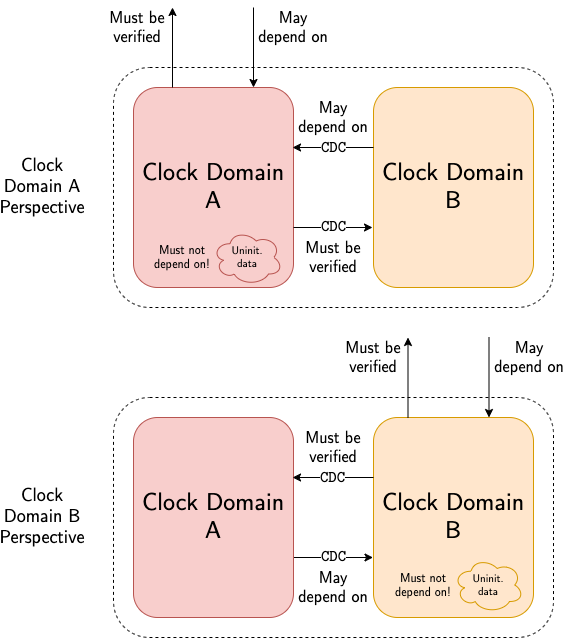
Above: assets/img/blog/2021-02-17-kronos/modular-od.png in nmoroze/nmoroze.github.io (draw.io), before the change. Source tidied: cells renumbered, new cells last; positions are measured from the earlier drawing's top-left corner, leaving out a move shared by most shapes.
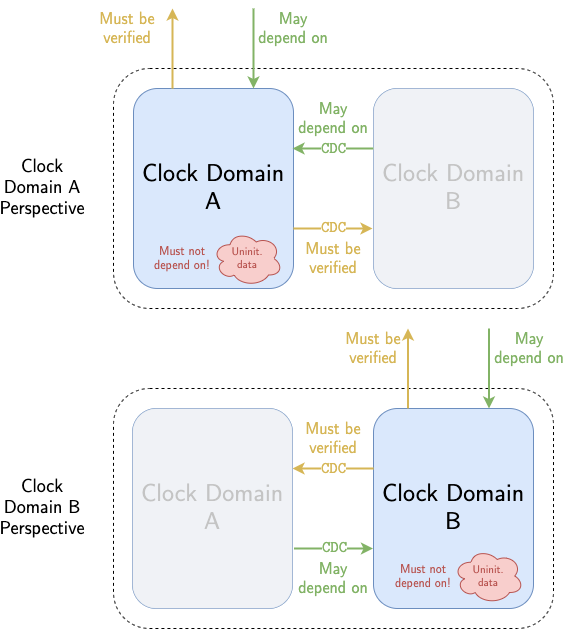
After the change.

What changed in the source:
```diff
@@ -3,118 +3,124 @@
     <mxCell id="0" />
     <mxCell id="1" parent="0" />
     <mxCell id="2" style="rounded=1;whiteSpace=wrap;html=1;strokeWidth=1;fontFamily=CMU Sans Serif;fontSize=24;fillColor=none;dashed=1;" parent="1" vertex="1">
-      <mxGeometry x="111" y="390" width="440" height="240" as="geometry" />
+      <mxGeometry x="111" y="430" width="440" height="240" as="geometry" />
     </mxCell>
     <mxCell id="3" style="rounded=1;whiteSpace=wrap;html=1;strokeWidth=1;fontFamily=CMU Sans Serif;fontSize=24;fillColor=none;dashed=1;" parent="1" vertex="1">
-      <mxGeometry x="111" y="60" width="440" height="240" as="geometry" />
+      <mxGeometry x="111" y="110" width="440" height="240" as="geometry" />
     </mxCell>
-    <mxCell id="4" value="Clock Domain B" style="rounded=1;whiteSpace=wrap;html=1;fontFamily=CMU Sans Serif;fontSize=24;fillColor=#ffe6cc;strokeColor=#d79b00;" parent="1" vertex="1">
-      <mxGeometry x="371" y="80" width="160" height="200" as="geometry" />
+    <mxCell id="4" value="Clock Domain B" style="rounded=1;whiteSpace=wrap;html=1;fontFamily=CMU Sans Serif;fontSize=24;fillColor=#dae8fc;strokeColor=#6c8ebf;" parent="1" vertex="1">
+      <mxGeometry x="371" y="130" width="160" height="200" as="geometry" />
     </mxCell>
-    <mxCell id="5" value="Clock Domain A" style="rounded=1;whiteSpace=wrap;html=1;fontFamily=CMU Sans Serif;fontSize=24;fillColor=#f8cecc;strokeColor=#b85450;" parent="1" vertex="1">
-      <mxGeometry x="131" y="80" width="160" height="200" as="geometry" />
+    <mxCell id="5" value="Clock Domain A" style="rounded=1;whiteSpace=wrap;html=1;fontFamily=CMU Sans Serif;fontSize=24;fillColor=#dae8fc;strokeColor=#6c8ebf;" parent="1" vertex="1">
+      <mxGeometry x="131" y="130" width="160" height="200" as="geometry" />
     </mxCell>
-    <mxCell id="6" style="endArrow=classic;html=1;fontFamily=CMU Sans Serif;fontSize=24;entryX=0.994;entryY=0.2;entryDx=0;entryDy=0;entryPerimeter=0;" parent="1" edge="1">
+    <mxCell id="6" style="endArrow=classic;html=1;fontFamily=CMU Sans Serif;fontSize=24;entryX=0.994;entryY=0.2;entryDx=0;entryDy=0;entryPerimeter=0;strokeWidth=2;strokeColor=#82B366;" parent="1" edge="1">
       <mxGeometry relative="1" as="geometry">
-        <mxPoint x="371" y="140" as="sourcePoint" />
-        <mxPoint x="290" y="140" as="targetPoint" />
+        <mxPoint x="371" y="190" as="sourcePoint" />
+        <mxPoint x="290" y="190" as="targetPoint" />
       </mxGeometry>
     </mxCell>
-    <mxCell id="7" value="CDC" style="edgeLabel;html=1;align=center;verticalAlign=middle;fontSize=16;fontFamily=CMU Typewriter Text;" parent="6" vertex="1">
+    <mxCell id="7" value="CDC" style="edgeLabel;html=1;align=center;verticalAlign=middle;fontSize=16;fontFamily=CMU Typewriter Text;fontColor=#82B366;" parent="6" vertex="1">
       <mxGeometry x="0.02" relative="1" as="geometry" />
     </mxCell>
-    <mxCell id="8" value="CDC" style="endArrow=classic;html=1;fontFamily=CMU Typewriter Text;fontSize=16;" parent="1" edge="1">
+    <mxCell id="8" value="&lt;font color=&quot;#d6b656&quot;&gt;CDC&lt;/font&gt;" style="endArrow=classic;html=1;fontFamily=CMU Typewriter Text;fontSize=16;strokeWidth=2;strokeColor=#D6B656;" parent="1" edge="1">
       <mxGeometry relative="1" as="geometry">
-        <mxPoint x="291" y="220" as="sourcePoint" />
-        <mxPoint x="370" y="220" as="targetPoint" />
+        <mxPoint x="291" y="270" as="sourcePoint" />
+        <mxPoint x="370" y="270" as="targetPoint" />
       </mxGeometry>
     </mxCell>
-    <mxCell id="9" style="endArrow=classic;html=1;fontFamily=CMU Sans Serif;fontSize=24;" parent="1" edge="1">
+    <mxCell id="9" style="endArrow=classic;html=1;fontFamily=CMU Sans Serif;fontSize=24;strokeColor=#D6B656;strokeWidth=2;" parent="1" edge="1">
       <mxGeometry relative="1" as="geometry">
-        <mxPoint x="170" y="80" as="sourcePoint" />
-        <mxPoint x="170" as="targetPoint" />
+        <mxPoint x="170" y="130" as="sourcePoint" />
+        <mxPoint x="170" y="50" as="targetPoint" />
       </mxGeometry>
     </mxCell>
-    <mxCell id="10" style="endArrow=classic;html=1;fontFamily=CMU Sans Serif;fontSize=24;" parent="1" edge="1">
+    <mxCell id="10" style="endArrow=classic;html=1;fontFamily=CMU Sans Serif;fontSize=24;strokeWidth=2;strokeColor=#82B366;" parent="1" edge="1">
       <mxGeometry relative="1" as="geometry">
-        <mxPoint x="251" as="sourcePoint" />
-        <mxPoint x="251" y="80" as="targetPoint" />
+        <mxPoint x="251" y="50" as="sourcePoint" />
+        <mxPoint x="251" y="130" as="targetPoint" />
       </mxGeometry>
     </mxCell>
-    <mxCell id="11" value="Must be verified" style="text;html=1;strokeColor=none;fillColor=none;align=center;verticalAlign=middle;whiteSpace=wrap;rounded=0;fontFamily=CMU Sans Serif;fontSize=16;" parent="1" vertex="1">
-      <mxGeometry x="100" y="10" width="70" height="20" as="geometry" />
+    <mxCell id="11" value="Must be verified" style="text;html=1;align=center;verticalAlign=middle;whiteSpace=wrap;rounded=0;fontFamily=CMU Sans Serif;fontSize=16;fontColor=#D6B656;" parent="1" vertex="1">
+      <mxGeometry x="90" y="60" width="70" height="20" as="geometry" />
     </mxCell>
-    <mxCell id="12" value="May depend on" style="text;html=1;strokeColor=none;fillColor=none;align=center;verticalAlign=middle;whiteSpace=wrap;rounded=0;fontFamily=CMU Sans Serif;fontSize=16;" parent="1" vertex="1">
-      <mxGeometry x="251" y="10" width="80" height="20" as="geometry" />
+    <mxCell id="12" value="May depend on" style="text;html=1;strokeColor=none;fillColor=none;align=center;verticalAlign=middle;whiteSpace=wrap;rounded=0;fontFamily=CMU Sans Serif;fontSize=16;fontColor=#82B366;" parent="1" vertex="1">
+      <mxGeometry x="251" y="60" width="80" height="20" as="geometry" />
     </mxCell>
-    <mxCell id="13" value="Must be verified" style="text;html=1;strokeColor=none;fillColor=none;align=center;verticalAlign=middle;whiteSpace=wrap;rounded=0;fontFamily=CMU Sans Serif;fontSize=16;" parent="1" vertex="1">
-      <mxGeometry x="296" y="240" width="70" height="20" as="geometry" />
+    <mxCell id="13" value="Must be verified" style="text;html=1;align=center;verticalAlign=middle;whiteSpace=wrap;rounded=0;fontFamily=CMU Sans Serif;fontSize=16;fontColor=#D6B656;" parent="1" vertex="1">
+      <mxGeometry x="296" y="290" width="70" height="20" as="geometry" />
     </mxCell>
-    <mxCell id="14" value="May depend on" style="text;html=1;strokeColor=none;fillColor=none;align=center;verticalAlign=middle;whiteSpace=wrap;rounded=0;fontFamily=CMU Sans Serif;fontSize=16;" parent="1" vertex="1">
-      <mxGeometry x="291" y="100" width="80" height="20" as="geometry" />
+    <mxCell id="14" value="May depend on" style="text;html=1;strokeColor=none;fillColor=none;align=center;verticalAlign=middle;whiteSpace=wrap;rounded=0;fontFamily=CMU Sans Serif;fontSize=16;fontColor=#82B366;" parent="1" vertex="1">
+      <mxGeometry x="291" y="150" width="80" height="20" as="geometry" />
     </mxCell>
-    <mxCell id="15" value="Clock Domain B" style="rounded=1;whiteSpace=wrap;html=1;fontFamily=CMU Sans Serif;fontSize=24;fillColor=#ffe6cc;strokeColor=#d79b00;" parent="1" vertex="1">
-      <mxGeometry x="371" y="410" width="160" height="200" as="geometry" />
+    <mxCell id="15" value="Clock Domain B" style="rounded=1;whiteSpace=wrap;html=1;fontFamily=CMU Sans Serif;fontSize=24;fillColor=#dae8fc;strokeColor=#6c8ebf;" parent="1" vertex="1">
+      <mxGeometry x="371" y="450" width="160" height="200" as="geometry" />
     </mxCell>
-    <mxCell id="16" value="Clock Domain A" style="rounded=1;whiteSpace=wrap;html=1;fontFamily=CMU Sans Serif;fontSize=24;fillColor=#f8cecc;strokeColor=#b85450;" parent="1" vertex="1">
-      <mxGeometry x="131" y="410" width="160" height="200" as="geometry" />
+    <mxCell id="16" value="Clock Domain A" style="rounded=1;whiteSpace=wrap;html=1;fontFamily=CMU Sans Serif;fontSize=24;fillColor=#dae8fc;strokeColor=#6c8ebf;" parent="1" vertex="1">
+      <mxGeometry x="130" y="450" width="160" height="200" as="geometry" />
     </mxCell>
-    <mxCell id="17" style="endArrow=classic;html=1;fontFamily=CMU Typewriter Text;fontSize=24;entryX=0.994;entryY=0.2;entryDx=0;entryDy=0;entryPerimeter=0;" parent="1" edge="1">
+    <mxCell id="17" style="endArrow=classic;html=1;fontFamily=CMU Typewriter Text;fontSize=24;entryX=0.994;entryY=0.2;entryDx=0;entryDy=0;entryPerimeter=0;strokeColor=#D6B656;strokeWidth=2;" parent="1" edge="1">
       <mxGeometry relative="1" as="geometry">
-        <mxPoint x="371" y="470" as="sourcePoint" />
-        <mxPoint x="290" y="470" as="targetPoint" />
+        <mxPoint x="371" y="510" as="sourcePoint" />
+        <mxPoint x="290" y="510" as="targetPoint" />
       </mxGeometry>
     </mxCell>
-    <mxCell id="18" value="CDC" style="edgeLabel;html=1;align=center;verticalAlign=middle;fontSize=16;fontFamily=CMU Typewriter Text;" parent="17" vertex="1">
+    <mxCell id="18" value="CDC" style="edgeLabel;html=1;align=center;verticalAlign=middle;fontSize=16;fontFamily=CMU Typewriter Text;fontColor=#D6B656;" parent="17" vertex="1">
       <mxGeometry x="0.01" relative="1" as="geometry" />
     </mxCell>
-    <mxCell id="19" value="CDC" style="endArrow=classic;html=1;fontFamily=CMU Typewriter Text;fontSize=16;" parent="1" edge="1">
+    <mxCell id="19" value="&lt;font color=&quot;#82b366&quot;&gt;CDC&lt;/font&gt;" style="endArrow=classic;html=1;fontFamily=CMU Typewriter Text;fontSize=16;strokeWidth=2;strokeColor=#82B366;" parent="1" edge="1">
       <mxGeometry relative="1" as="geometry">
-        <mxPoint x="291.5" y="550" as="sourcePoint" />
-        <mxPoint x="370.5" y="550" as="targetPoint" />
+        <mxPoint x="291.5" y="590" as="sourcePoint" />
+        <mxPoint x="370.5" y="590" as="targetPoint" />
       </mxGeometry>
     </mxCell>
-    <mxCell id="20" style="endArrow=classic;html=1;fontFamily=CMU Sans Serif;fontSize=24;" parent="1" edge="1">
+    <mxCell id="20" style="endArrow=classic;html=1;fontFamily=CMU Sans Serif;fontSize=24;strokeColor=#D6B656;strokeWidth=2;" parent="1" edge="1">
       <mxGeometry relative="1" as="geometry">
-        <mxPoint x="405.5" y="410" as="sourcePoint" />
-        <mxPoint x="405.5" y="330" as="targetPoint" />
+        <mxPoint x="405.5" y="450" as="sourcePoint" />
+        <mxPoint x="405.5" y="370" as="targetPoint" />
       </mxGeometry>
     </mxCell>
-    <mxCell id="21" style="endArrow=classic;html=1;fontFamily=CMU Sans Serif;fontSize=24;" parent="1" edge="1">
+    <mxCell id="21" style="endArrow=classic;html=1;fontFamily=CMU Sans Serif;fontSize=24;strokeWidth=2;strokeColor=#82B366;" parent="1" edge="1">
       <mxGeometry relative="1" as="geometry">
-        <mxPoint x="486.5" y="330" as="sourcePoint" />
-        <mxPoint x="486.5" y="410" as="targetPoint" />
+        <mxPoint x="486.5" y="370" as="sourcePoint" />
+        <mxPoint x="486.5" y="450" as="targetPoint" />
       </mxGeometry>
     </mxCell>
-    <mxCell id="22" value="Must be verified" style="text;html=1;strokeColor=none;fillColor=none;align=center;verticalAlign=middle;whiteSpace=wrap;rounded=0;fontFamily=CMU Sans Serif;fontSize=16;" parent="1" vertex="1">
-      <mxGeometry x="335.5" y="340" width="70" height="20" as="geometry" />
+    <mxCell id="22" value="Must be verified" style="text;html=1;strokeColor=none;fillColor=none;align=center;verticalAlign=middle;whiteSpace=wrap;rounded=0;fontFamily=CMU Sans Serif;fontSize=16;fontColor=#D6B656;" parent="1" vertex="1">
+      <mxGeometry x="335.5" y="380" width="70" height="20" as="geometry" />
     </mxCell>
-    <mxCell id="23" value="May depend on" style="text;html=1;strokeColor=none;fillColor=none;align=center;verticalAlign=middle;whiteSpace=wrap;rounded=0;fontFamily=CMU Sans Serif;fontSize=16;" parent="1" vertex="1">
-      <mxGeometry x="486.5" y="340" width="80" height="20" as="geometry" />
+    <mxCell id="23" value="May depend on" style="text;html=1;strokeColor=none;fillColor=none;align=center;verticalAlign=middle;whiteSpace=wrap;rounded=0;fontFamily=CMU Sans Serif;fontSize=16;fontColor=#82B366;" parent="1" vertex="1">
+      <mxGeometry x="486.5" y="380" width="80" height="20" as="geometry" />
     </mxCell>
-    <mxCell id="24" value="Must be verified" style="text;html=1;strokeColor=none;fillColor=none;align=center;verticalAlign=middle;whiteSpace=wrap;rounded=0;fontFamily=CMU Sans Serif;fontSize=16;" parent="1" vertex="1">
-      <mxGeometry x="296" y="430" width="70" height="20" as="geometry" />
+    <mxCell id="24" value="Must be verified" style="text;html=1;strokeColor=none;fillColor=none;align=center;verticalAlign=middle;whiteSpace=wrap;rounded=0;fontFamily=CMU Sans Serif;fontSize=16;fontColor=#D6B656;" parent="1" vertex="1">
+      <mxGeometry x="296" y="470" width="70" height="20" as="geometry" />
     </mxCell>
-    <mxCell id="25" value="May depend on" style="text;html=1;strokeColor=none;fillColor=none;align=center;verticalAlign=middle;whiteSpace=wrap;rounded=0;fontFamily=CMU Sans Serif;fontSize=16;" parent="1" vertex="1">
-      <mxGeometry x="291" y="570" width="80" height="20" as="geometry" />
+    <mxCell id="25" value="May depend on" style="text;html=1;strokeColor=none;fillColor=none;align=center;verticalAlign=middle;whiteSpace=wrap;rounded=0;fontFamily=CMU Sans Serif;fontSize=16;fontColor=#82B366;" parent="1" vertex="1">
+      <mxGeometry x="291" y="610" width="80" height="20" as="geometry" />
     </mxCell>
-    <mxCell id="26" value="Uninit.&lt;br style=&quot;font-size: 11px;&quot;&gt;data" style="ellipse;shape=cloud;whiteSpace=wrap;html=1;fontFamily=CMU Sans Serif;fontSize=11;fillColor=#f8cecc;strokeColor=#b85450;" parent="1" vertex="1">
-      <mxGeometry x="210" y="222.5" width="70" height="55" as="geometry" />
+    <mxCell id="26" value="Uninit.&lt;br style=&quot;font-size: 11px;&quot;&gt;data" style="ellipse;shape=cloud;whiteSpace=wrap;html=1;fontFamily=CMU Sans Serif;fontSize=11;fillColor=#f8cecc;strokeColor=#b85450;fontColor=#B85450;" parent="1" vertex="1">
+      <mxGeometry x="210" y="272.5" width="70" height="55" as="geometry" />
     </mxCell>
-    <mxCell id="27" value="Must not depend on!" style="text;html=1;strokeColor=none;fillColor=none;align=center;verticalAlign=middle;whiteSpace=wrap;rounded=0;fontFamily=CMU Sans Serif;fontSize=12;" parent="1" vertex="1">
-      <mxGeometry x="140" y="240" width="80" height="20" as="geometry" />
+    <mxCell id="27" value="Must not depend on!" style="text;html=1;strokeColor=none;fillColor=none;align=center;verticalAlign=middle;whiteSpace=wrap;rounded=0;fontFamily=CMU Sans Serif;fontSize=12;fontColor=#B85450;" parent="1" vertex="1">
+      <mxGeometry x="140" y="290" width="80" height="20" as="geometry" />
     </mxCell>
-    <mxCell id="28" value="Uninit.&lt;br style=&quot;font-size: 11px;&quot;&gt;data" style="ellipse;shape=cloud;whiteSpace=wrap;html=1;fontFamily=CMU Sans Serif;fontSize=11;fillColor=#ffe6cc;strokeColor=#d79b00;" parent="1" vertex="1">
-      <mxGeometry x="451" y="550" width="70" height="55" as="geometry" />
+    <mxCell id="28" value="Uninit.&lt;br style=&quot;font-size: 11px;&quot;&gt;data" style="ellipse;shape=cloud;whiteSpace=wrap;html=1;fontFamily=CMU Sans Serif;fontSize=11;fillColor=#f8cecc;strokeColor=#b85450;fontColor=#B85450;" parent="1" vertex="1">
+      <mxGeometry x="451" y="590" width="70" height="55" as="geometry" />
     </mxCell>
-    <mxCell id="29" value="Must not depend on!" style="text;html=1;strokeColor=none;fillColor=none;align=center;verticalAlign=middle;whiteSpace=wrap;rounded=0;fontFamily=CMU Sans Serif;fontSize=12;" parent="1" vertex="1">
-      <mxGeometry x="381" y="567.5" width="80" height="20" as="geometry" />
+    <mxCell id="29" value="Must not depend on!" style="text;html=1;strokeColor=none;fillColor=none;align=center;verticalAlign=middle;whiteSpace=wrap;rounded=0;fontFamily=CMU Sans Serif;fontSize=12;fontColor=#B85450;" parent="1" vertex="1">
+      <mxGeometry x="381" y="607.5" width="80" height="20" as="geometry" />
     </mxCell>
     <mxCell id="30" value="Clock Domain A Perspective" style="text;html=1;strokeColor=none;fillColor=none;align=center;verticalAlign=middle;whiteSpace=wrap;rounded=0;fontFamily=CMU Sans Serif;fontSize=18;" parent="1" vertex="1">
-      <mxGeometry x="10" y="160" width="60" height="40" as="geometry" />
+      <mxGeometry x="10" y="210" width="60" height="40" as="geometry" />
     </mxCell>
     <mxCell id="31" value="Clock Domain B Perspective" style="text;html=1;strokeColor=none;fillColor=none;align=center;verticalAlign=middle;whiteSpace=wrap;rounded=0;fontFamily=CMU Sans Serif;fontSize=18;" parent="1" vertex="1">
-      <mxGeometry y="485" width="80" height="50" as="geometry" />
+      <mxGeometry y="525" width="80" height="50" as="geometry" />
     </mxCell>
+    <mxCell id="32" style="rounded=1;whiteSpace=wrap;html=1;fillColor=#f5f5f5;fontColor=#333333;opacity=80;strokeColor=none;" parent="1" vertex="1">
+      <mxGeometry x="371" y="130" width="160" height="200" as="geometry" />
+    </mxCell>
+    <mxCell id="33" style="rounded=1;whiteSpace=wrap;html=1;fillColor=#f5f5f5;fontColor=#333333;opacity=80;strokeColor=none;" parent="1" vertex="1">
+      <mxGeometry x="130" y="450" width="160" height="200" as="geometry" />
+    </mxCell>
   </root>
 </mxGraphModel>
```
